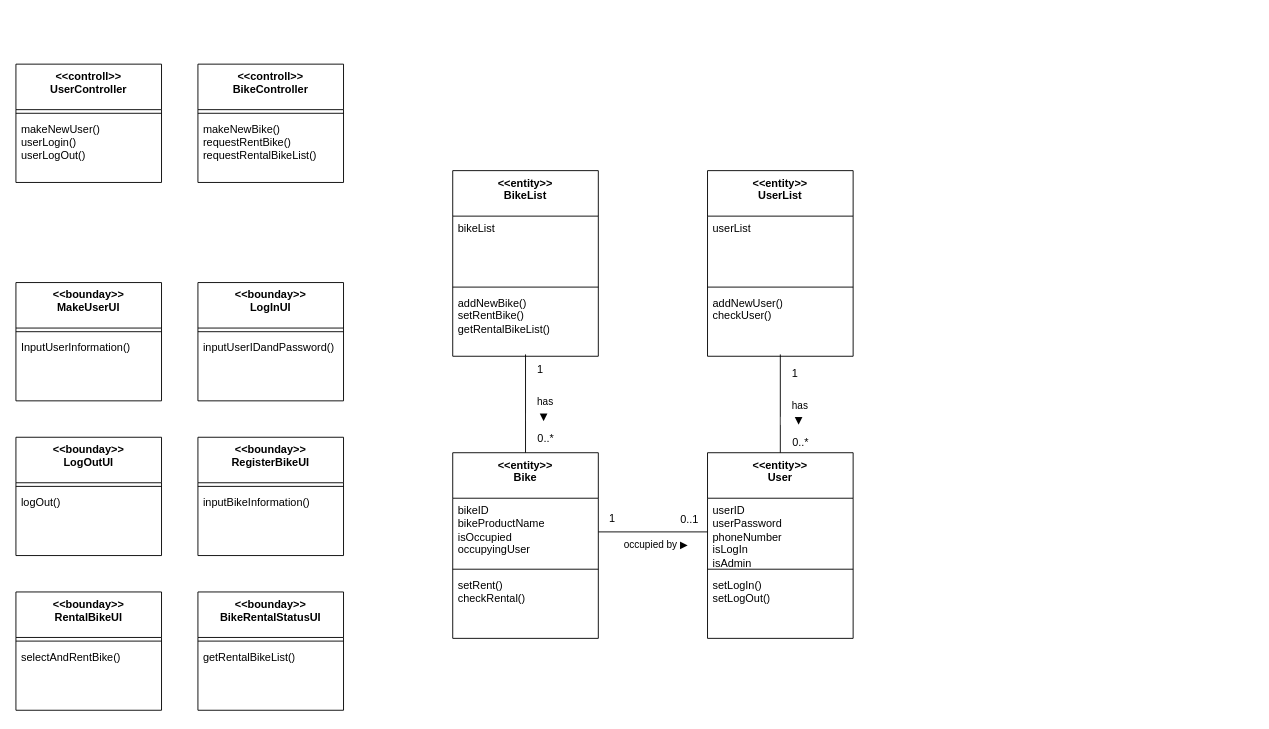
This is Analysis_Class_Diagram.drawio from brian70304/SE_Project2, a draw.io file, before an edit. Source tidied: cells renumbered, new cells numbered last; positions are measured from the earlier drawing's top-left corner, leaving out a move shared by most shapes. Both pictures are drawn from the tidied source at 91%, with x=0, y=0 at pixel (15, 64).
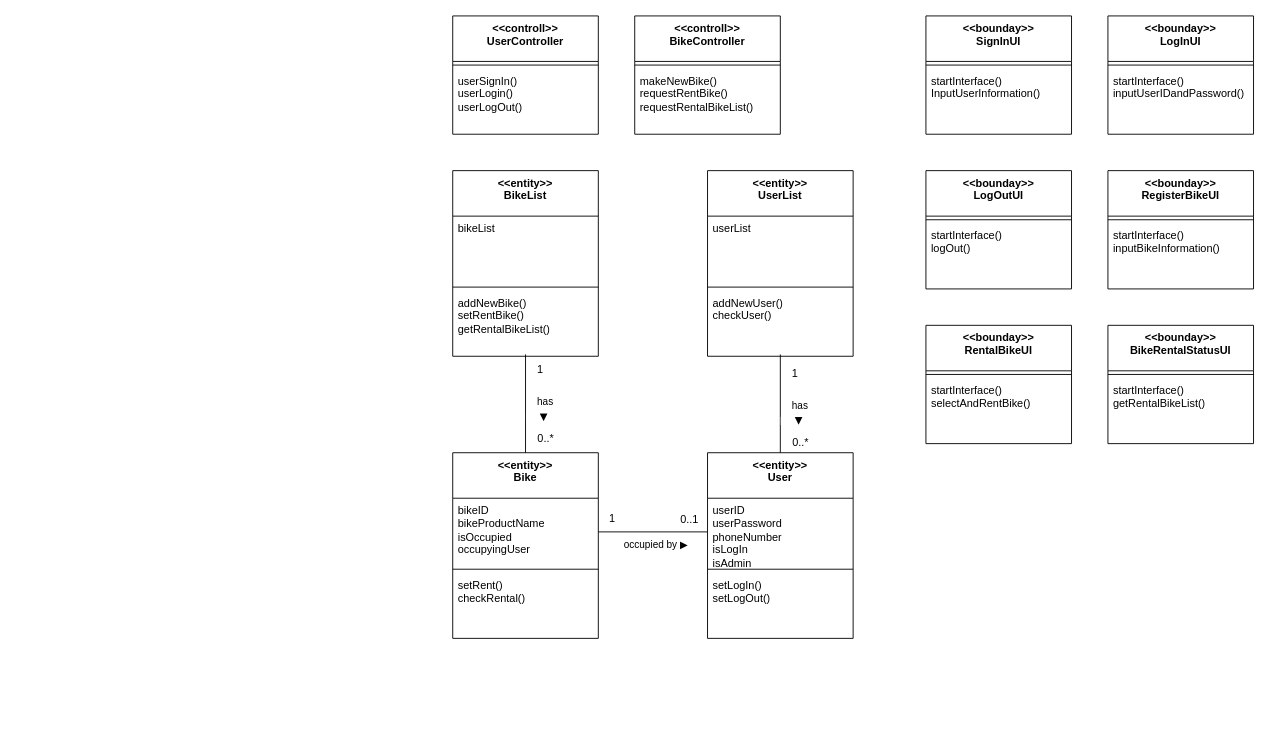
The same page after the edit.

The edit, as a diff of the source:
```diff
@@
     <mxCell id="2" value="&amp;lt;&amp;lt;controll&amp;gt;&amp;gt;&lt;div&gt;&lt;div&gt;&lt;div&gt;UserController&lt;/div&gt;&lt;/div&gt;&lt;/div&gt;" style="swimlane;fontStyle=1;align=center;verticalAlign=top;horizontal=1;startSize=50;whiteSpace=wrap;html=1;" parent="1" vertex="1">
-      <mxGeometry width="160" height="130" as="geometry" />
+      <mxGeometry x="480" y="-53" width="160" height="130" as="geometry" />
     </mxCell>
@@
-    <mxCell id="4" value="makeNewUser()&lt;div&gt;userLogin()&lt;/div&gt;&lt;div&gt;userLogOut()&lt;/div&gt;" style="text;strokeColor=none;fillColor=none;align=left;verticalAlign=top;spacingLeft=4;spacingRight=4;overflow=hidden;whiteSpace=wrap;html=1;" parent="2" vertex="1">
+    <mxCell id="4" value="userSignIn()&lt;div&gt;userLogin()&lt;/div&gt;&lt;div&gt;userLogOut()&lt;/div&gt;" style="text;strokeColor=none;fillColor=none;align=left;verticalAlign=top;spacingLeft=4;spacingRight=4;overflow=hidden;whiteSpace=wrap;html=1;" parent="2" vertex="1">
       <mxGeometry y="58" width="160" height="72" as="geometry" />
     </mxCell>
     <mxCell id="5" value="&amp;lt;&amp;lt;controll&amp;gt;&amp;gt;&lt;div&gt;&lt;div&gt;&lt;div&gt;BikeController&lt;/div&gt;&lt;/div&gt;&lt;/div&gt;" style="swimlane;fontStyle=1;align=center;verticalAlign=top;horizontal=1;startSize=50;whiteSpace=wrap;html=1;" parent="1" vertex="1">
-      <mxGeometry x="200" width="160" height="130" as="geometry" />
+      <mxGeometry x="680" y="-53" width="160" height="130" as="geometry" />
     </mxCell>
@@
-    <mxCell id="8" value="&amp;lt;&amp;lt;bounday&amp;gt;&amp;gt;&lt;div&gt;&lt;div&gt;&lt;div&gt;MakeUserUI&lt;/div&gt;&lt;/div&gt;&lt;/div&gt;" style="swimlane;fontStyle=1;align=center;verticalAlign=top;horizontal=1;startSize=50;whiteSpace=wrap;html=1;" parent="1" vertex="1">
-      <mxGeometry y="240" width="160" height="130" as="geometry" />
+    <mxCell id="8" value="&amp;lt;&amp;lt;bounday&amp;gt;&amp;gt;&lt;div&gt;&lt;div&gt;&lt;div&gt;SignInUI&lt;/div&gt;&lt;/div&gt;&lt;/div&gt;" style="swimlane;fontStyle=1;align=center;verticalAlign=top;horizontal=1;startSize=50;whiteSpace=wrap;html=1;" parent="1" vertex="1">
+      <mxGeometry x="1000" y="-53" width="160" height="130" as="geometry" />
     </mxCell>
@@
-    <mxCell id="10" value="InputUserInformation()" style="text;strokeColor=none;fillColor=none;align=left;verticalAlign=top;spacingLeft=4;spacingRight=4;overflow=hidden;whiteSpace=wrap;html=1;" parent="8" vertex="1">
+    <mxCell id="10" value="&lt;div&gt;startInterface()&lt;/div&gt;InputUserInformation()" style="text;strokeColor=none;fillColor=none;align=left;verticalAlign=top;spacingLeft=4;spacingRight=4;overflow=hidden;whiteSpace=wrap;html=1;" parent="8" vertex="1">
       <mxGeometry y="58" width="160" height="72" as="geometry" />
     </mxCell>
     <mxCell id="11" value="&amp;lt;&amp;lt;bounday&amp;gt;&amp;gt;&lt;div&gt;&lt;div&gt;&lt;div&gt;LogInUI&lt;/div&gt;&lt;/div&gt;&lt;/div&gt;" style="swimlane;fontStyle=1;align=center;verticalAlign=top;horizontal=1;startSize=50;whiteSpace=wrap;html=1;" parent="1" vertex="1">
-      <mxGeometry x="200" y="240" width="160" height="130" as="geometry" />
+      <mxGeometry x="1200" y="-53" width="160" height="130" as="geometry" />
     </mxCell>
@@
-    <mxCell id="13" value="inputUserIDandPassword()" style="text;strokeColor=none;fillColor=none;align=left;verticalAlign=top;spacingLeft=4;spacingRight=4;overflow=hidden;whiteSpace=wrap;html=1;" parent="11" vertex="1">
+    <mxCell id="13" value="&lt;div&gt;startInterface()&lt;/div&gt;inputUserIDandPassword()" style="text;strokeColor=none;fillColor=none;align=left;verticalAlign=top;spacingLeft=4;spacingRight=4;overflow=hidden;whiteSpace=wrap;html=1;" parent="11" vertex="1">
       <mxGeometry y="58" width="160" height="72" as="geometry" />
     </mxCell>
     <mxCell id="14" value="&amp;lt;&amp;lt;bounday&amp;gt;&amp;gt;&lt;div&gt;&lt;div&gt;&lt;div&gt;BikeRentalStatusUI&lt;/div&gt;&lt;/div&gt;&lt;/div&gt;" style="swimlane;fontStyle=1;align=center;verticalAlign=top;horizontal=1;startSize=50;whiteSpace=wrap;html=1;" parent="1" vertex="1">
-      <mxGeometry x="200" y="580" width="160" height="130" as="geometry" />
+      <mxGeometry x="1200" y="287" width="160" height="130" as="geometry" />
     </mxCell>
@@
-    <mxCell id="16" value="getRentalBikeList()" style="text;strokeColor=none;fillColor=none;align=left;verticalAlign=top;spacingLeft=4;spacingRight=4;overflow=hidden;whiteSpace=wrap;html=1;" parent="14" vertex="1">
+    <mxCell id="16" value="&lt;div&gt;startInterface()&lt;/div&gt;getRentalBikeList()" style="text;strokeColor=none;fillColor=none;align=left;verticalAlign=top;spacingLeft=4;spacingRight=4;overflow=hidden;whiteSpace=wrap;html=1;" parent="14" vertex="1">
       <mxGeometry y="58" width="160" height="72" as="geometry" />
     </mxCell>
     <mxCell id="17" value="&amp;lt;&amp;lt;bounday&amp;gt;&amp;gt;&lt;div&gt;LogOutUI&lt;/div&gt;" style="swimlane;fontStyle=1;align=center;verticalAlign=top;horizontal=1;startSize=50;whiteSpace=wrap;html=1;" parent="1" vertex="1">
-      <mxGeometry y="410" width="160" height="130" as="geometry" />
+      <mxGeometry x="1000" y="117" width="160" height="130" as="geometry" />
     </mxCell>
@@
-    <mxCell id="19" value="logOut()" style="text;strokeColor=none;fillColor=none;align=left;verticalAlign=top;spacingLeft=4;spacingRight=4;overflow=hidden;whiteSpace=wrap;html=1;" parent="17" vertex="1">
+    <mxCell id="19" value="&lt;div&gt;startInterface()&lt;/div&gt;logOut()" style="text;strokeColor=none;fillColor=none;align=left;verticalAlign=top;spacingLeft=4;spacingRight=4;overflow=hidden;whiteSpace=wrap;html=1;" parent="17" vertex="1">
       <mxGeometry y="58" width="160" height="72" as="geometry" />
     </mxCell>
     <mxCell id="20" value="&amp;lt;&amp;lt;bounday&amp;gt;&amp;gt;&lt;div&gt;&lt;div&gt;&lt;div&gt;RegisterBikeUI&lt;/div&gt;&lt;/div&gt;&lt;/div&gt;" style="swimlane;fontStyle=1;align=center;verticalAlign=top;horizontal=1;startSize=50;whiteSpace=wrap;html=1;" parent="1" vertex="1">
-      <mxGeometry x="200" y="410" width="160" height="130" as="geometry" />
+      <mxGeometry x="1200" y="117" width="160" height="130" as="geometry" />
     </mxCell>
@@
-    <mxCell id="22" value="inputBikeInformation()" style="text;strokeColor=none;fillColor=none;align=left;verticalAlign=top;spacingLeft=4;spacingRight=4;overflow=hidden;whiteSpace=wrap;html=1;" parent="20" vertex="1">
+    <mxCell id="22" value="&lt;div&gt;startInterface()&lt;/div&gt;inputBikeInformation()" style="text;strokeColor=none;fillColor=none;align=left;verticalAlign=top;spacingLeft=4;spacingRight=4;overflow=hidden;whiteSpace=wrap;html=1;" parent="20" vertex="1">
       <mxGeometry y="58" width="160" height="72" as="geometry" />
     </mxCell>
     <mxCell id="23" value="&amp;lt;&amp;lt;bounday&amp;gt;&amp;gt;&lt;div&gt;&lt;div&gt;&lt;div&gt;RentalBikeUI&lt;/div&gt;&lt;/div&gt;&lt;/div&gt;" style="swimlane;fontStyle=1;align=center;verticalAlign=top;horizontal=1;startSize=50;whiteSpace=wrap;html=1;" parent="1" vertex="1">
-      <mxGeometry y="580" width="160" height="130" as="geometry" />
+      <mxGeometry x="1000" y="287" width="160" height="130" as="geometry" />
     </mxCell>
@@
-    <mxCell id="25" value="selectAndRentBike()" style="text;strokeColor=none;fillColor=none;align=left;verticalAlign=top;spacingLeft=4;spacingRight=4;overflow=hidden;whiteSpace=wrap;html=1;" parent="23" vertex="1">
+    <mxCell id="25" value="&lt;div&gt;startInterface()&lt;/div&gt;selectAndRentBike()" style="text;strokeColor=none;fillColor=none;align=left;verticalAlign=top;spacingLeft=4;spacingRight=4;overflow=hidden;whiteSpace=wrap;html=1;" parent="23" vertex="1">
       <mxGeometry y="58" width="160" height="72" as="geometry" />
     </mxCell>
```
